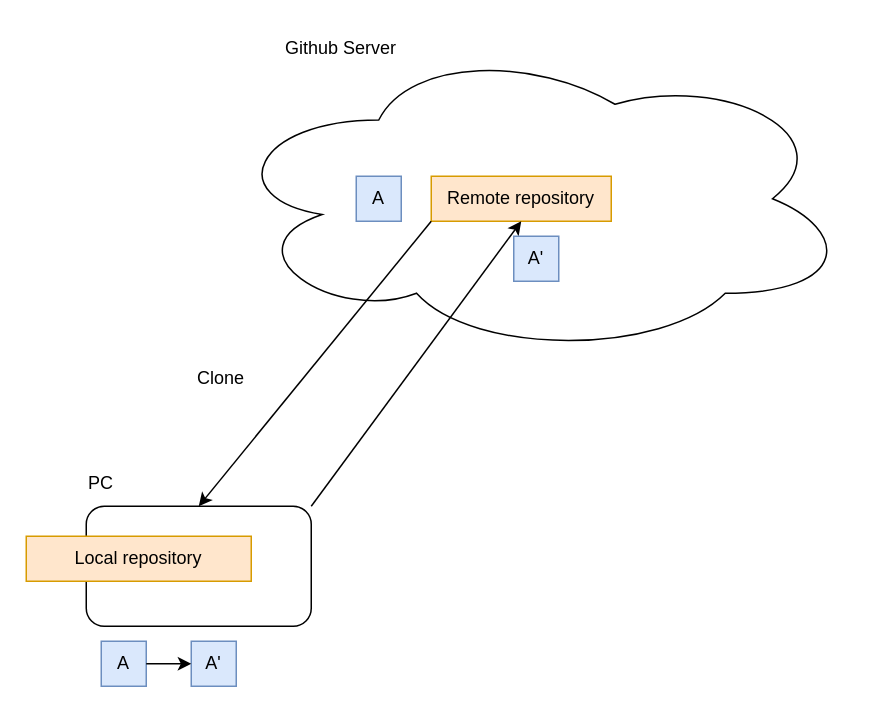
This is GithubConcept.drawio from luke-youngmin-cho/UnityEngineBasic_5th, a draw.io file, before an edit. Source tidied: cells renumbered, new cells numbered last; positions are measured from the earlier drawing's top-left corner, leaving out a move shared by most shapes. Both pictures are drawn from the tidied source at 150%, with x=0, y=0 at pixel (26, 26).
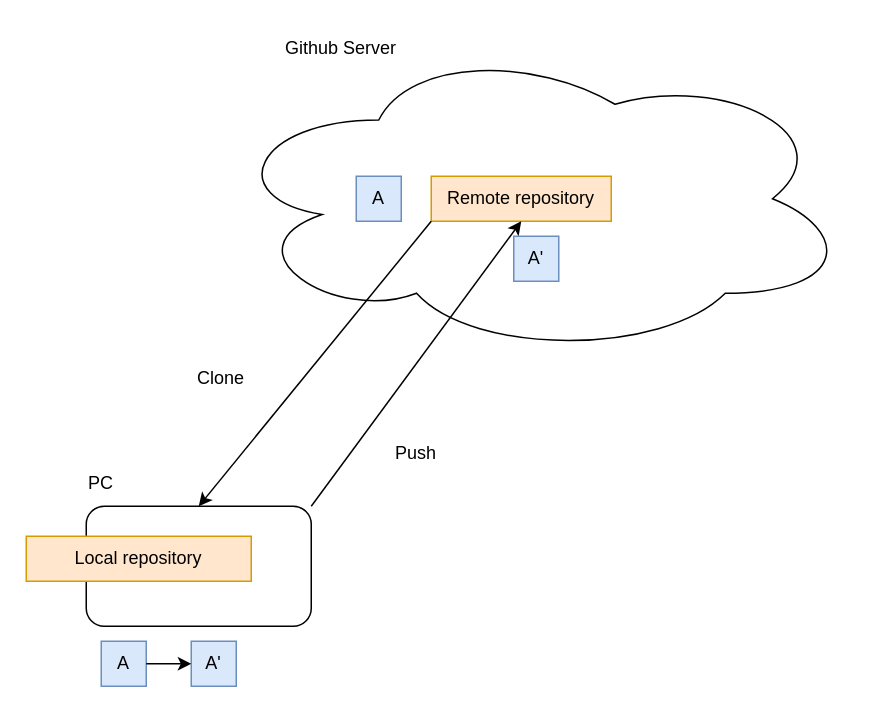
Above is the later version.

What changed in the source:
```diff
@@
 <mxGraphModel>
   <root>
     <mxCell id="0" />
     <mxCell id="1" parent="0" />
     <mxCell id="2" style="ellipse;shape=cloud;whiteSpace=wrap;html=1;" parent="1" vertex="1">
       <mxGeometry x="130" y="10" width="420" height="210" as="geometry" />
     </mxCell>
     <mxCell id="3" value="Github Server" style="text;html=1;strokeColor=none;fillColor=none;align=center;verticalAlign=middle;whiteSpace=wrap;rounded=0;" parent="1" vertex="1">
       <mxGeometry x="150" width="120" height="30" as="geometry" />
     </mxCell>
     <mxCell id="4" value="Remote repository" style="text;html=1;strokeColor=#d79b00;fillColor=#ffe6cc;align=center;verticalAlign=middle;whiteSpace=wrap;rounded=0;" parent="1" vertex="1">
       <mxGeometry x="270" y="100" width="120" height="30" as="geometry" />
     </mxCell>
     <mxCell id="5" style="rounded=1;whiteSpace=wrap;html=1;" parent="1" vertex="1">
       <mxGeometry x="40" y="320" width="150" height="80" as="geometry" />
     </mxCell>
     <mxCell id="6" value="PC" style="text;html=1;strokeColor=none;fillColor=none;align=center;verticalAlign=middle;whiteSpace=wrap;rounded=0;" parent="1" vertex="1">
       <mxGeometry x="20" y="290" width="60" height="30" as="geometry" />
     </mxCell>
     <mxCell id="7" style="endArrow=classic;html=1;rounded=0;exitX=0;exitY=1;exitDx=0;exitDy=0;entryX=0.5;entryY=0;entryDx=0;entryDy=0;" parent="1" edge="1" source="4" target="5">
       <mxGeometry relative="1" as="geometry" />
     </mxCell>
     <mxCell id="8" value="Clone" style="text;html=1;strokeColor=none;fillColor=none;align=center;verticalAlign=middle;whiteSpace=wrap;rounded=0;" parent="1" vertex="1">
       <mxGeometry x="100" y="220" width="60" height="30" as="geometry" />
     </mxCell>
     <mxCell id="9" value="Local repository" style="text;html=1;strokeColor=#d79b00;fillColor=#ffe6cc;align=center;verticalAlign=middle;whiteSpace=wrap;rounded=0;" parent="1" vertex="1">
       <mxGeometry y="340" width="150" height="30" as="geometry" />
     </mxCell>
     <mxCell id="10" style="endArrow=classic;html=1;rounded=0;exitX=1;exitY=0;exitDx=0;exitDy=0;entryX=0.5;entryY=1;entryDx=0;entryDy=0;" parent="1" edge="1" source="5" target="4">
       <mxGeometry relative="1" as="geometry" />
     </mxCell>
     <mxCell id="11" value="A" style="text;html=1;strokeColor=#6c8ebf;fillColor=#dae8fc;align=center;verticalAlign=middle;whiteSpace=wrap;rounded=0;" parent="1" vertex="1">
       <mxGeometry x="220" y="100" width="30" height="30" as="geometry" />
     </mxCell>
     <mxCell id="12" value="A" style="text;html=1;strokeColor=#6c8ebf;fillColor=#dae8fc;align=center;verticalAlign=middle;whiteSpace=wrap;rounded=0;" parent="1" vertex="1">
       <mxGeometry x="50" y="410" width="30" height="30" as="geometry" />
     </mxCell>
     <mxCell id="13" value="A'" style="text;html=1;strokeColor=#6c8ebf;fillColor=#dae8fc;align=center;verticalAlign=middle;whiteSpace=wrap;rounded=0;" parent="1" vertex="1">
       <mxGeometry x="110" y="410" width="30" height="30" as="geometry" />
     </mxCell>
     <mxCell id="14" style="endArrow=classic;html=1;rounded=0;exitX=1;exitY=0.5;exitDx=0;exitDy=0;entryX=0;entryY=0.5;entryDx=0;entryDy=0;" parent="1" edge="1" source="12" target="13">
       <mxGeometry relative="1" as="geometry" />
     </mxCell>
     <mxCell id="15" value="A'" style="text;html=1;strokeColor=#6c8ebf;fillColor=#dae8fc;align=center;verticalAlign=middle;whiteSpace=wrap;rounded=0;" parent="1" vertex="1">
       <mxGeometry x="325" y="140" width="30" height="30" as="geometry" />
     </mxCell>
+    <mxCell id="16" value="Push" style="text;html=1;strokeColor=none;fillColor=none;align=center;verticalAlign=middle;whiteSpace=wrap;rounded=0;" parent="1" vertex="1">
+      <mxGeometry x="230" y="270" width="60" height="30" as="geometry" />
+    </mxCell>
   </root>
 </mxGraphModel>
```
